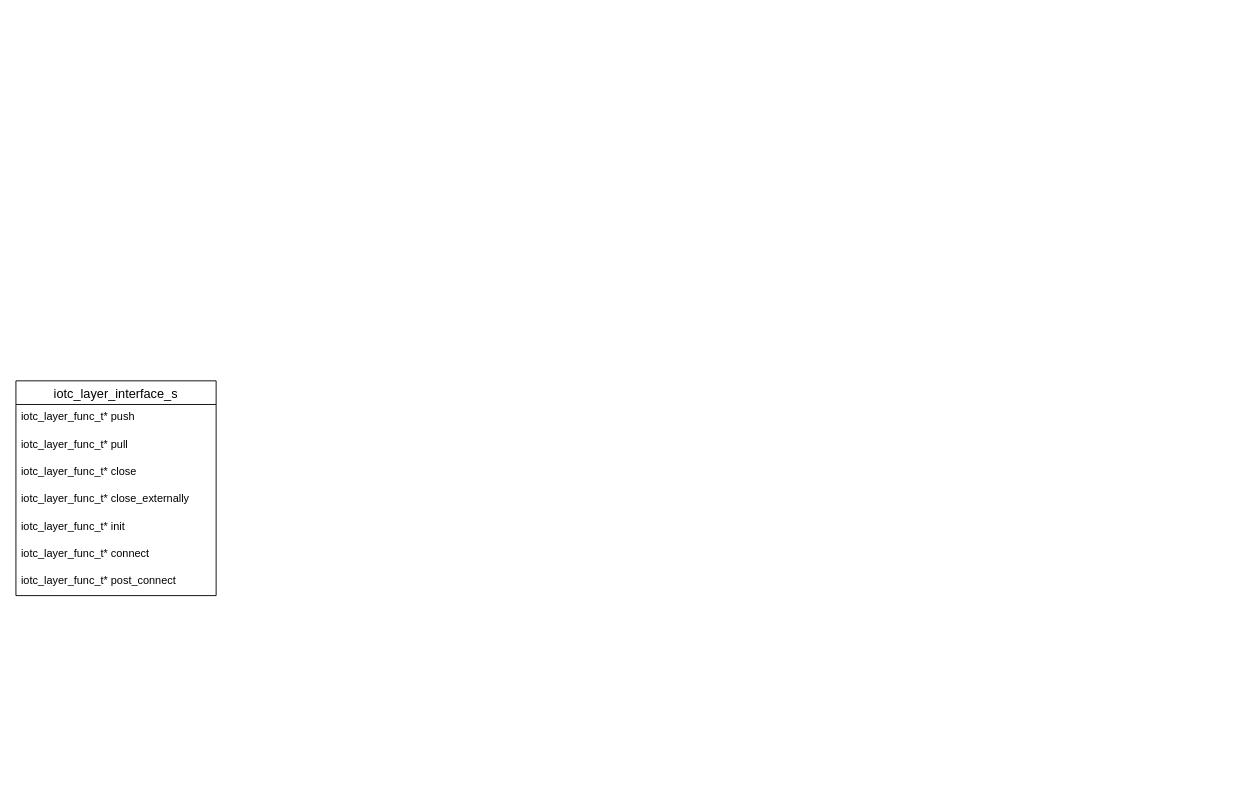
borlandong/diagrams keeps this draw.io diagram as Untitled Diagram.drawio. Above is the earlier version. Source tidied: cells renumbered, new cells numbered last; positions are measured from the earlier drawing's top-left corner, leaving out a move shared by most shapes. Both pictures are drawn from the tidied source at 91%, with x=0, y=0 at pixel (15, 380).
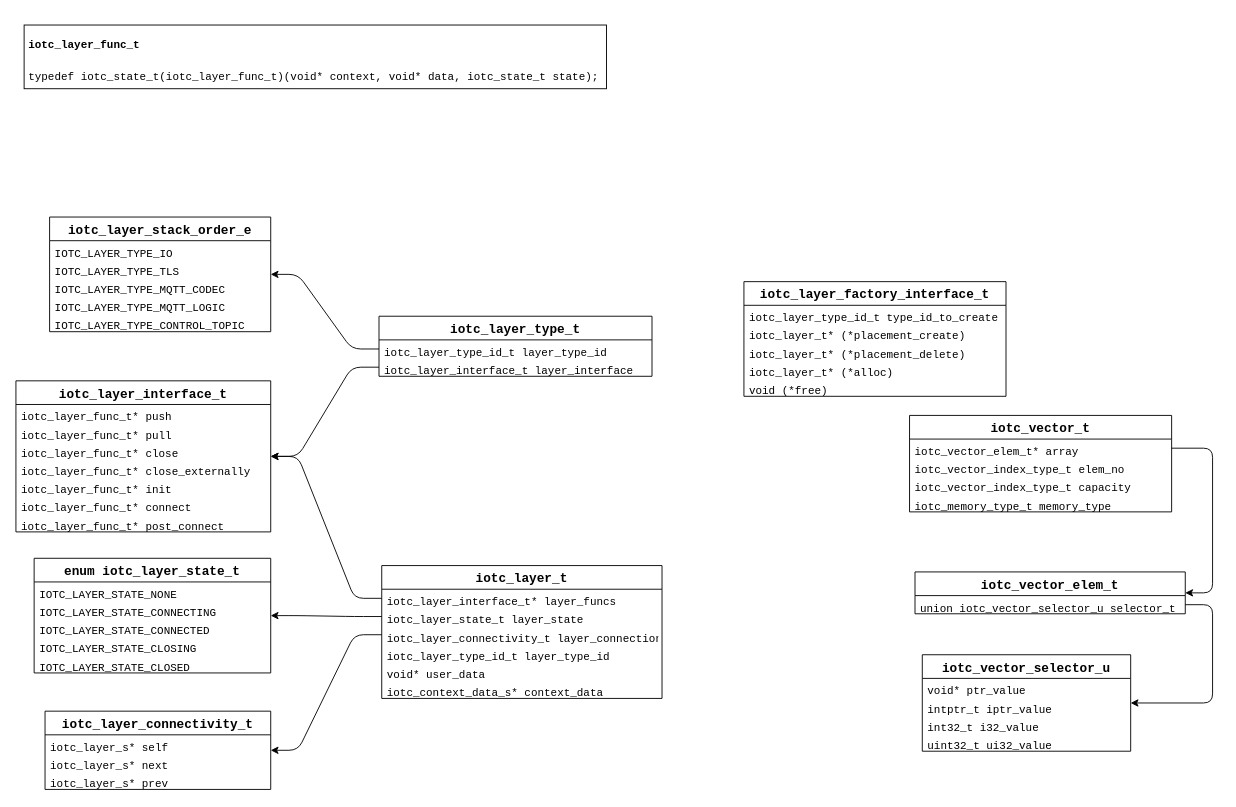
The same page after the edit.

Diff of the diagram source:
```diff
@@
+    <mxCell id="10" value="&lt;h1&gt;&lt;span style=&quot;font-size: 12px&quot;&gt;iotc_layer_func_t&lt;/span&gt;&lt;br&gt;&lt;/h1&gt;&lt;p&gt;typedef iotc_state_t(iotc_layer_func_t)(void* context, void* data, iotc_state_t state);&lt;br&gt;&lt;/p&gt;" style="text;html=1;fillColor=none;spacing=5;spacingTop=-20;whiteSpace=wrap;overflow=hidden;rounded=0;strokeColor=#000000;fontFamily=Courier New;" parent="1" vertex="1">
+      <mxGeometry x="9" y="-391" width="640" height="70" as="geometry" />
+    </mxCell>
+    <mxCell id="11" style="edgeStyle=entityRelationEdgeStyle;rounded=1;jettySize=auto;html=1;fontFamily=Courier New;" parent="1" edge="1" source="35" target="2">
+      <mxGeometry relative="1" as="geometry" />
+    </mxCell>
+    <mxCell id="12" style="edgeStyle=entityRelationEdgeStyle;jettySize=auto;html=1;fontFamily=Courier New;" parent="1" edge="1" source="20" target="2">
+      <mxGeometry relative="1" as="geometry" />
+    </mxCell>
+    <mxCell id="13" style="edgeStyle=entityRelationEdgeStyle;jettySize=auto;html=1;fontFamily=Courier New;" parent="1" edge="1" source="22" target="14">
+      <mxGeometry relative="1" as="geometry" />
+    </mxCell>
+    <mxCell id="14" value="iotc_layer_connectivity_t" style="swimlane;fontStyle=1;horizontal=1;startSize=26;align=center;fontSize=14;fontFamily=Courier New;" parent="1" vertex="1">
+      <mxGeometry x="32" y="363" width="248" height="86" as="geometry" />
+    </mxCell>
+    <mxCell id="15" value="iotc_layer_s* self" style="text;fillColor=none;spacingLeft=4;spacingRight=4;overflow=hidden;fontSize=12;fontFamily=Courier New;dashed=1;" parent="14" vertex="1">
+      <mxGeometry y="26" width="248" height="20" as="geometry" />
+    </mxCell>
+    <mxCell id="16" value="iotc_layer_s* next" style="text;fillColor=none;spacingLeft=4;spacingRight=4;overflow=hidden;fontSize=12;fontFamily=Courier New;dashed=1;" parent="14" vertex="1">
+      <mxGeometry y="46" width="248" height="20" as="geometry" />
+    </mxCell>
+    <mxCell id="17" value="iotc_layer_s* prev" style="text;strokeColor=none;fillColor=none;spacingLeft=4;spacingRight=4;overflow=hidden;fontSize=12;fontFamily=Courier New;" parent="14" vertex="1">
+      <mxGeometry y="66" width="248" height="20" as="geometry" />
+    </mxCell>
+    <mxCell id="18" style="edgeStyle=entityRelationEdgeStyle;jettySize=auto;html=1;fontFamily=Courier New;" parent="1" edge="1" source="21" target="27">
+      <mxGeometry relative="1" as="geometry" />
+    </mxCell>
+    <mxCell id="19" value="iotc_layer_t" style="swimlane;fontStyle=1;horizontal=1;startSize=26;align=center;fontSize=14;fontFamily=Courier New;" parent="1" vertex="1">
+      <mxGeometry x="402" y="203" width="308" height="146" as="geometry" />
+    </mxCell>
+    <mxCell id="20" value="iotc_layer_interface_t* layer_funcs" style="text;fillColor=none;spacingLeft=4;spacingRight=4;overflow=hidden;points=[[0,0.5],[1,0.5]];portConstraint=eastwest;fontSize=12;fontFamily=Courier New;dashed=1;" parent="19" vertex="1">
+      <mxGeometry y="26" width="308" height="20" as="geometry" />
+    </mxCell>
+    <mxCell id="21" value="iotc_layer_state_t layer_state" style="text;strokeColor=none;fillColor=none;spacingLeft=4;spacingRight=4;overflow=hidden;points=[[0,0.5],[1,0.5]];portConstraint=eastwest;fontSize=12;fontFamily=Courier New;" parent="19" vertex="1">
+      <mxGeometry y="46" width="308" height="20" as="geometry" />
+    </mxCell>
+    <mxCell id="22" value="iotc_layer_connectivity_t layer_connection" style="text;fillColor=none;spacingLeft=4;spacingRight=4;overflow=hidden;points=[[0,0.5],[1,0.5]];portConstraint=eastwest;fontSize=12;fontFamily=Courier New;dashed=1;" parent="19" vertex="1">
+      <mxGeometry y="66" width="308" height="20" as="geometry" />
+    </mxCell>
+    <mxCell id="23" value="iotc_layer_type_id_t layer_type_id" style="text;strokeColor=none;fillColor=none;spacingLeft=4;spacingRight=4;overflow=hidden;fontSize=12;fontFamily=Courier New;" parent="19" vertex="1">
+      <mxGeometry y="86" width="308" height="20" as="geometry" />
+    </mxCell>
+    <mxCell id="24" value="void* user_data" style="text;strokeColor=none;fillColor=none;spacingLeft=4;spacingRight=4;overflow=hidden;fontSize=12;fontFamily=Courier New;" parent="19" vertex="1">
+      <mxGeometry y="106" width="308" height="20" as="geometry" />
+    </mxCell>
+    <mxCell id="25" value="iotc_context_data_s* context_data" style="text;strokeColor=none;fillColor=none;spacingLeft=4;spacingRight=4;overflow=hidden;fontSize=12;fontFamily=Courier New;" parent="19" vertex="1">
+      <mxGeometry y="126" width="308" height="20" as="geometry" />
+    </mxCell>
+    <mxCell id="26" style="edgeStyle=entityRelationEdgeStyle;jettySize=auto;html=1;fontFamily=Courier New;" parent="1" edge="1" source="34" target="36">
+      <mxGeometry relative="1" as="geometry" />
+    </mxCell>
-    <mxCell id="2" value="iotc_layer_interface_s" style="swimlane;fontStyle=0;horizontal=1;startSize=26;align=center;fontSize=14;" parent="1" vertex="1">
-      <mxGeometry width="220" height="236" as="geometry" />
+    <mxCell id="2" value="iotc_layer_interface_t" style="swimlane;fontStyle=1;horizontal=1;startSize=26;align=center;fontSize=14;fontFamily=Courier New;" parent="1" vertex="1">
+      <mxGeometry width="280" height="166" as="geometry" />
     </mxCell>
-    <mxCell id="3" value="iotc_layer_func_t* push" style="text;strokeColor=none;fillColor=none;spacingLeft=4;spacingRight=4;overflow=hidden;fontSize=12;" parent="2" vertex="1">
-      <mxGeometry y="26" width="220" height="30" as="geometry" />
+    <mxCell id="3" value="iotc_layer_func_t* push" style="text;fillColor=none;spacingLeft=4;spacingRight=4;overflow=hidden;fontSize=12;fontFamily=Courier New;dashed=1;" parent="2" vertex="1">
+      <mxGeometry y="26" width="280" height="20" as="geometry" />
     </mxCell>
-    <mxCell id="4" value="iotc_layer_func_t* pull" style="text;strokeColor=none;fillColor=none;spacingLeft=4;spacingRight=4;overflow=hidden;fontSize=12;" parent="2" vertex="1">
-      <mxGeometry y="56" width="220" height="30" as="geometry" />
+    <mxCell id="4" value="iotc_layer_func_t* pull" style="text;fillColor=none;spacingLeft=4;spacingRight=4;overflow=hidden;fontSize=12;fontFamily=Courier New;dashed=1;" parent="2" vertex="1">
+      <mxGeometry y="46" width="280" height="20" as="geometry" />
     </mxCell>
-    <mxCell id="5" value="iotc_layer_func_t* close" style="text;strokeColor=none;fillColor=none;spacingLeft=4;spacingRight=4;overflow=hidden;fontSize=12;" parent="2" vertex="1">
-      <mxGeometry y="86" width="220" height="30" as="geometry" />
+    <mxCell id="5" value="iotc_layer_func_t* close" style="text;strokeColor=none;fillColor=none;spacingLeft=4;spacingRight=4;overflow=hidden;fontSize=12;fontFamily=Courier New;" parent="2" vertex="1">
+      <mxGeometry y="66" width="280" height="20" as="geometry" />
     </mxCell>
-    <mxCell id="6" value="iotc_layer_func_t* close_externally" style="text;strokeColor=none;fillColor=none;spacingLeft=4;spacingRight=4;overflow=hidden;fontSize=12;" parent="2" vertex="1">
-      <mxGeometry y="116" width="220" height="30" as="geometry" />
+    <mxCell id="6" value="iotc_layer_func_t* close_externally" style="text;strokeColor=none;fillColor=none;spacingLeft=4;spacingRight=4;overflow=hidden;fontSize=12;fontFamily=Courier New;" parent="2" vertex="1">
+      <mxGeometry y="86" width="280" height="20" as="geometry" />
     </mxCell>
-    <mxCell id="7" value="iotc_layer_func_t* init" style="text;strokeColor=none;fillColor=none;spacingLeft=4;spacingRight=4;overflow=hidden;fontSize=12;" parent="2" vertex="1">
-      <mxGeometry y="146" width="220" height="30" as="geometry" />
+    <mxCell id="7" value="iotc_layer_func_t* init" style="text;strokeColor=none;fillColor=none;spacingLeft=4;spacingRight=4;overflow=hidden;fontSize=12;fontFamily=Courier New;" parent="2" vertex="1">
+      <mxGeometry y="106" width="280" height="20" as="geometry" />
     </mxCell>
-    <mxCell id="8" value="iotc_layer_func_t* connect" style="text;strokeColor=none;fillColor=none;spacingLeft=4;spacingRight=4;overflow=hidden;fontSize=12;" parent="2" vertex="1">
-      <mxGeometry y="176" width="220" height="30" as="geometry" />
+    <mxCell id="8" value="iotc_layer_func_t* connect" style="text;strokeColor=none;fillColor=none;spacingLeft=4;spacingRight=4;overflow=hidden;fontSize=12;fontFamily=Courier New;" parent="2" vertex="1">
+      <mxGeometry y="126" width="280" height="20" as="geometry" />
     </mxCell>
-    <mxCell id="9" value="iotc_layer_func_t* post_connect" style="text;strokeColor=none;fillColor=none;spacingLeft=4;spacingRight=4;overflow=hidden;fontSize=12;" parent="2" vertex="1">
-      <mxGeometry y="206" width="220" height="30" as="geometry" />
+    <mxCell id="9" value="iotc_layer_func_t* post_connect" style="text;strokeColor=none;fillColor=none;spacingLeft=4;spacingRight=4;overflow=hidden;fontSize=12;fontFamily=Courier New;" parent="2" vertex="1">
+      <mxGeometry y="146" width="280" height="20" as="geometry" />
     </mxCell>
+    <mxCell id="27" value="enum iotc_layer_state_t" style="swimlane;fontStyle=1;horizontal=1;startSize=26;align=center;fontSize=14;fontFamily=Courier New;" parent="1" vertex="1">
+      <mxGeometry x="20" y="195" width="260" height="126" as="geometry" />
+    </mxCell>
+    <mxCell id="28" value="IOTC_LAYER_STATE_NONE" style="text;strokeColor=none;fillColor=none;spacingLeft=4;spacingRight=4;overflow=hidden;fontSize=12;fontFamily=Courier New;" parent="27" vertex="1">
+      <mxGeometry y="26" width="260" height="20" as="geometry" />
+    </mxCell>
+    <mxCell id="29" value="IOTC_LAYER_STATE_CONNECTING" style="text;strokeColor=none;fillColor=none;spacingLeft=4;spacingRight=4;overflow=hidden;fontSize=12;fontFamily=Courier New;" parent="27" vertex="1">
+      <mxGeometry y="46" width="260" height="20" as="geometry" />
+    </mxCell>
+    <mxCell id="30" value="IOTC_LAYER_STATE_CONNECTED" style="text;strokeColor=none;fillColor=none;spacingLeft=4;spacingRight=4;overflow=hidden;fontSize=12;fontFamily=Courier New;" parent="27" vertex="1">
+      <mxGeometry y="66" width="260" height="20" as="geometry" />
+    </mxCell>
+    <mxCell id="31" value="IOTC_LAYER_STATE_CLOSING" style="text;strokeColor=none;fillColor=none;spacingLeft=4;spacingRight=4;overflow=hidden;fontSize=12;fontFamily=Courier New;" parent="27" vertex="1">
+      <mxGeometry y="86" width="260" height="20" as="geometry" />
+    </mxCell>
+    <mxCell id="32" value="IOTC_LAYER_STATE_CLOSED" style="text;strokeColor=none;fillColor=none;spacingLeft=4;spacingRight=4;overflow=hidden;fontSize=12;fontFamily=Courier New;" parent="27" vertex="1">
+      <mxGeometry y="106" width="260" height="20" as="geometry" />
+    </mxCell>
+    <mxCell id="33" value="iotc_layer_type_t" style="swimlane;fontStyle=1;horizontal=1;startSize=26;align=center;fontSize=14;fontFamily=Courier New;" parent="1" vertex="1">
+      <mxGeometry x="399" y="-71" width="300" height="66" as="geometry" />
+    </mxCell>
+    <mxCell id="34" value="iotc_layer_type_id_t layer_type_id" style="text;strokeColor=none;fillColor=none;spacingLeft=4;spacingRight=4;overflow=hidden;points=[[0,0.5],[1,0.5]];portConstraint=eastwest;fontSize=12;fontFamily=Courier New;" parent="33" vertex="1">
+      <mxGeometry y="26" width="300" height="20" as="geometry" />
+    </mxCell>
+    <mxCell id="35" value="iotc_layer_interface_t layer_interface" style="text;strokeColor=none;fillColor=none;spacingLeft=4;spacingRight=4;overflow=hidden;points=[[0,0.5],[1,0.5]];portConstraint=eastwest;fontSize=12;fontFamily=Courier New;" parent="33" vertex="1">
+      <mxGeometry y="46" width="300" height="20" as="geometry" />
+    </mxCell>
+    <mxCell id="36" value="iotc_layer_stack_order_e" style="swimlane;fontStyle=1;horizontal=1;startSize=26;align=center;fontSize=14;fontFamily=Courier New;" parent="1" vertex="1">
+      <mxGeometry x="37" y="-180" width="243" height="126" as="geometry" />
+    </mxCell>
+    <mxCell id="37" value="IOTC_LAYER_TYPE_IO" style="text;strokeColor=none;fillColor=none;spacingLeft=4;spacingRight=4;overflow=hidden;fontSize=12;fontFamily=Courier New;" parent="36" vertex="1">
+      <mxGeometry y="26" width="243" height="20" as="geometry" />
+    </mxCell>
+    <mxCell id="38" value="IOTC_LAYER_TYPE_TLS" style="text;fillColor=none;spacingLeft=4;spacingRight=4;overflow=hidden;fontSize=12;fontFamily=Courier New;dashed=1;" parent="36" vertex="1">
+      <mxGeometry y="46" width="243" height="20" as="geometry" />
+    </mxCell>
+    <mxCell id="39" value="IOTC_LAYER_TYPE_MQTT_CODEC" style="text;fillColor=none;spacingLeft=4;spacingRight=4;overflow=hidden;fontSize=12;fontFamily=Courier New;dashed=1;" parent="36" vertex="1">
+      <mxGeometry y="66" width="243" height="20" as="geometry" />
+    </mxCell>
+    <mxCell id="40" value="IOTC_LAYER_TYPE_MQTT_LOGIC" style="text;strokeColor=none;fillColor=none;spacingLeft=4;spacingRight=4;overflow=hidden;fontSize=12;fontFamily=Courier New;" parent="36" vertex="1">
+      <mxGeometry y="86" width="243" height="20" as="geometry" />
+    </mxCell>
+    <mxCell id="41" value="IOTC_LAYER_TYPE_CONTROL_TOPIC" style="text;strokeColor=none;fillColor=none;spacingLeft=4;spacingRight=4;overflow=hidden;fontSize=12;fontFamily=Courier New;" parent="36" vertex="1">
+      <mxGeometry y="106" width="243" height="20" as="geometry" />
+    </mxCell>
+    <mxCell id="42" value="iotc_layer_factory_interface_t" style="swimlane;fontStyle=1;horizontal=1;startSize=26;align=center;fontSize=14;fontFamily=Courier New;" parent="1" vertex="1">
+      <mxGeometry x="800" y="-109" width="288" height="126" as="geometry" />
+    </mxCell>
+    <mxCell id="43" value="iotc_layer_type_id_t type_id_to_create" style="text;fillColor=none;spacingLeft=4;spacingRight=4;overflow=hidden;fontSize=12;fontFamily=Courier New;dashed=1;" parent="42" vertex="1">
+      <mxGeometry y="26" width="288" height="20" as="geometry" />
+    </mxCell>
+    <mxCell id="44" value="iotc_layer_t* (*placement_create)" style="text;fillColor=none;spacingLeft=4;spacingRight=4;overflow=hidden;fontSize=12;fontFamily=Courier New;dashed=1;" parent="42" vertex="1">
+      <mxGeometry y="46" width="288" height="20" as="geometry" />
+    </mxCell>
+    <mxCell id="45" value="iotc_layer_t* (*placement_delete)" style="text;strokeColor=none;fillColor=none;spacingLeft=4;spacingRight=4;overflow=hidden;fontSize=12;fontFamily=Courier New;" parent="42" vertex="1">
+      <mxGeometry y="66" width="288" height="20" as="geometry" />
+    </mxCell>
+    <mxCell id="46" value="iotc_layer_t* (*alloc)" style="text;strokeColor=none;fillColor=none;spacingLeft=4;spacingRight=4;overflow=hidden;fontSize=12;fontFamily=Courier New;" parent="42" vertex="1">
+      <mxGeometry y="86" width="288" height="20" as="geometry" />
+    </mxCell>
+    <mxCell id="47" value="void (*free)" style="text;strokeColor=none;fillColor=none;spacingLeft=4;spacingRight=4;overflow=hidden;fontSize=12;fontFamily=Courier New;" parent="42" vertex="1">
+      <mxGeometry y="106" width="288" height="20" as="geometry" />
+    </mxCell>
+    <mxCell id="48" value="iotc_vector_selector_u" style="swimlane;fontStyle=1;horizontal=1;startSize=26;align=center;fontSize=14;fontFamily=Courier New;" parent="1" vertex="1">
+      <mxGeometry x="996" y="301" width="229" height="106" as="geometry" />
+    </mxCell>
+    <mxCell id="49" value="void* ptr_value" style="text;fillColor=none;spacingLeft=4;spacingRight=4;overflow=hidden;fontSize=12;fontFamily=Courier New;dashed=1;" parent="48" vertex="1">
+      <mxGeometry y="26" width="229" height="20" as="geometry" />
+    </mxCell>
+    <mxCell id="50" value="intptr_t iptr_value" style="text;fillColor=none;spacingLeft=4;spacingRight=4;overflow=hidden;fontSize=12;fontFamily=Courier New;dashed=1;" parent="48" vertex="1">
+      <mxGeometry y="46" width="229" height="20" as="geometry" />
+    </mxCell>
+    <mxCell id="51" value="int32_t i32_value" style="text;strokeColor=none;fillColor=none;spacingLeft=4;spacingRight=4;overflow=hidden;fontSize=12;fontFamily=Courier New;" parent="48" vertex="1">
+      <mxGeometry y="66" width="229" height="20" as="geometry" />
+    </mxCell>
+    <mxCell id="52" value="uint32_t ui32_value" style="text;strokeColor=none;fillColor=none;spacingLeft=4;spacingRight=4;overflow=hidden;fontSize=12;fontFamily=Courier New;" parent="48" vertex="1">
+      <mxGeometry y="86" width="229" height="20" as="geometry" />
+    </mxCell>
+    <mxCell id="53" value="iotc_vector_elem_t" style="swimlane;fontStyle=1;horizontal=1;startSize=26;align=center;fontSize=14;fontFamily=Courier New;" parent="1" vertex="1">
+      <mxGeometry x="988" y="210" width="297" height="46" as="geometry" />
+    </mxCell>
+    <mxCell id="54" value="union iotc_vector_selector_u selector_t" style="text;fillColor=none;spacingLeft=4;spacingRight=4;overflow=hidden;points=[[0,0.5],[1,0.5]];portConstraint=eastwest;fontSize=12;fontFamily=Courier New;dashed=1;" parent="53" vertex="1">
+      <mxGeometry y="26" width="297" height="20" as="geometry" />
+    </mxCell>
+    <mxCell id="55" value="iotc_vector_t" style="swimlane;fontStyle=1;horizontal=1;startSize=26;align=center;fontSize=14;fontFamily=Courier New;" parent="1" vertex="1">
+      <mxGeometry x="982" y="38" width="288" height="106" as="geometry" />
+    </mxCell>
+    <mxCell id="56" value="iotc_vector_elem_t* array" style="text;fillColor=none;spacingLeft=4;spacingRight=4;overflow=hidden;points=[[0,0.5],[1,0.5]];portConstraint=eastwest;fontSize=12;fontFamily=Courier New;dashed=1;" parent="55" vertex="1">
+      <mxGeometry y="26" width="288" height="20" as="geometry" />
+    </mxCell>
+    <mxCell id="57" value="iotc_vector_index_type_t elem_no" style="text;fillColor=none;spacingLeft=4;spacingRight=4;overflow=hidden;fontSize=12;fontFamily=Courier New;dashed=1;" parent="55" vertex="1">
+      <mxGeometry y="46" width="288" height="20" as="geometry" />
+    </mxCell>
+    <mxCell id="58" value="iotc_vector_index_type_t capacity" style="text;strokeColor=none;fillColor=none;spacingLeft=4;spacingRight=4;overflow=hidden;fontSize=12;fontFamily=Courier New;" parent="55" vertex="1">
+      <mxGeometry y="66" width="288" height="20" as="geometry" />
+    </mxCell>
+    <mxCell id="59" value="iotc_memory_type_t memory_type" style="text;strokeColor=none;fillColor=none;spacingLeft=4;spacingRight=4;overflow=hidden;fontSize=12;fontFamily=Courier New;" parent="55" vertex="1">
+      <mxGeometry y="86" width="288" height="20" as="geometry" />
+    </mxCell>
+    <mxCell id="60" style="edgeStyle=entityRelationEdgeStyle;jettySize=auto;html=1;fontFamily=Courier New;" parent="1" edge="1" source="56" target="53">
+      <mxGeometry relative="1" as="geometry" />
+    </mxCell>
+    <mxCell id="61" style="edgeStyle=entityRelationEdgeStyle;jettySize=auto;html=1;fontFamily=Courier New;" parent="1" edge="1" source="54" target="48">
+      <mxGeometry relative="1" as="geometry" />
+    </mxCell>
```
